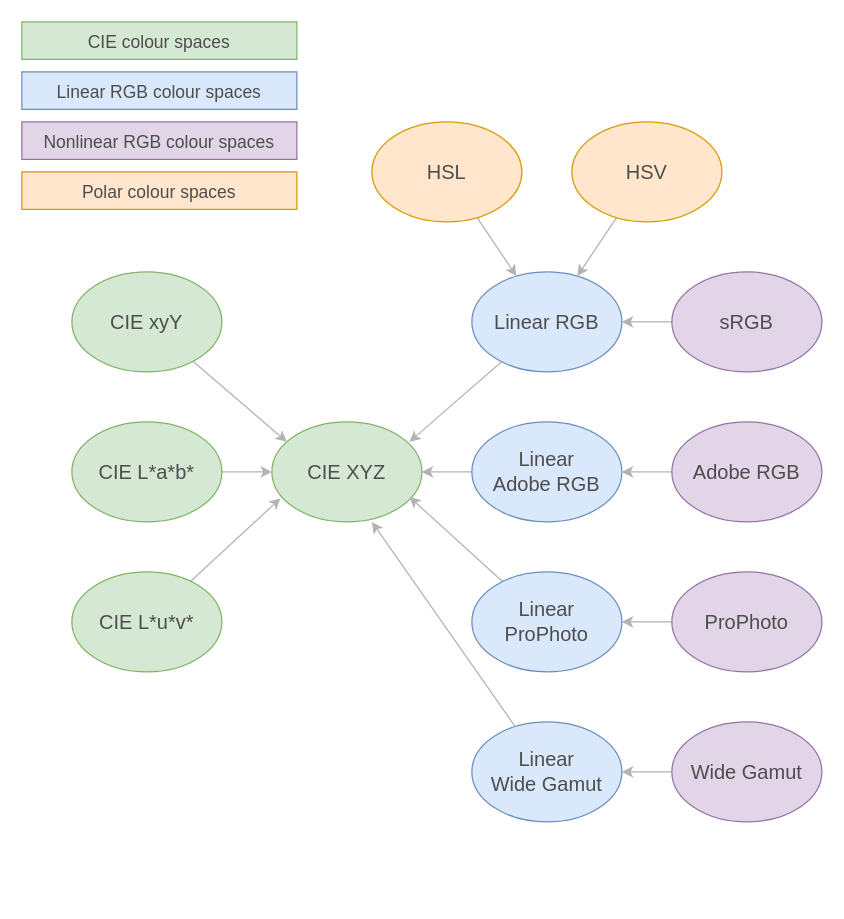
CaptainCrowbar/rs-graphics-core keeps this draw.io diagram as docs/images/colour-spaces.drawio. Above is the earlier version. Source tidied: cells renumbered, new cells numbered last; positions are measured from the earlier drawing's top-left corner, leaving out a move shared by most shapes. Both pictures are drawn from the tidied source at 125%, with x=0, y=0 at pixel (21, 21).
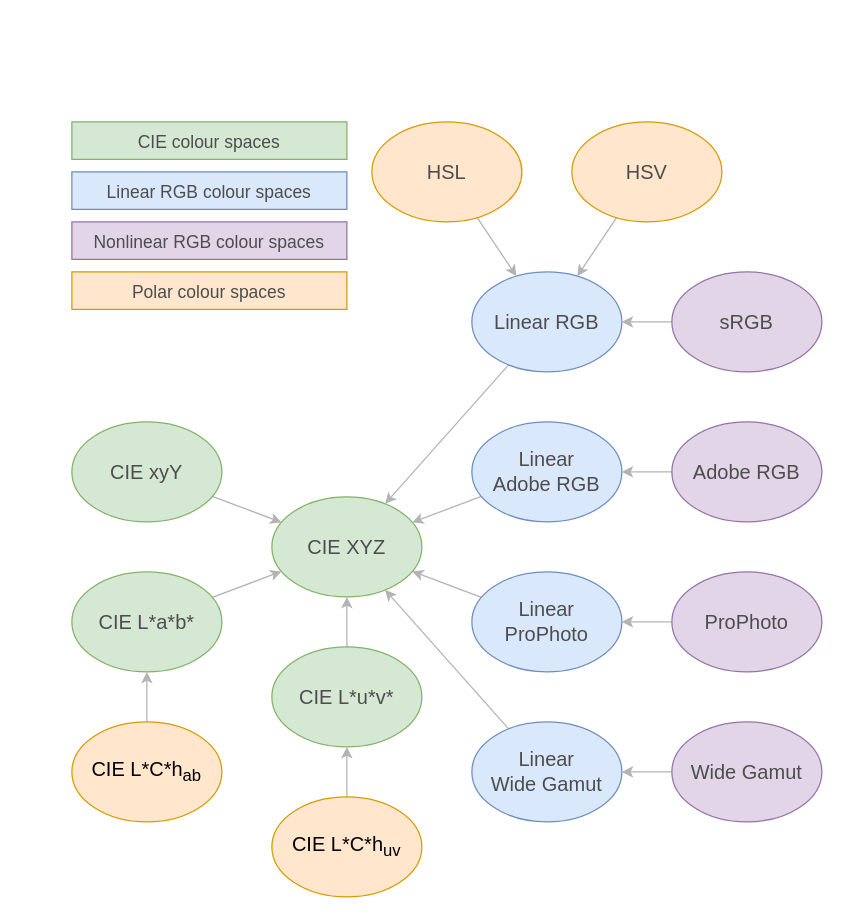
The same diagram, later.

Commit message (it also covers changes not shown here):
Add HCLab and HCLuv colour spaces

Unchanged cells that the change refers to:
```xml
<mxCell id="10" value="&lt;font&gt;&lt;font style=&quot;font-size: 16px&quot;&gt;Linear RGB&lt;/font&gt;&lt;br&gt;&lt;/font&gt;" style="ellipse;whiteSpace=wrap;html=1;fillColor=#dae8fc;strokeColor=#6c8ebf;fontColor=#4D4D4D;" parent="1" vertex="1">
  <mxGeometry x="360" y="200" width="120" height="80" as="geometry" />
</mxCell>
<mxCell id="12" value="&lt;font&gt;&lt;font style=&quot;font-size: 16px&quot;&gt;Linear&lt;br&gt;Adobe RGB&lt;/font&gt;&lt;br&gt;&lt;/font&gt;" style="ellipse;whiteSpace=wrap;html=1;fillColor=#dae8fc;strokeColor=#6c8ebf;fontColor=#4D4D4D;" parent="1" vertex="1">
  <mxGeometry x="360" y="320" width="120" height="80" as="geometry" />
</mxCell>
<mxCell id="14" value="&lt;font&gt;&lt;font style=&quot;font-size: 16px&quot;&gt;Linear&lt;br&gt;ProPhoto&lt;/font&gt;&lt;br&gt;&lt;/font&gt;" style="ellipse;whiteSpace=wrap;html=1;fillColor=#dae8fc;strokeColor=#6c8ebf;fontColor=#4D4D4D;" parent="1" vertex="1">
  <mxGeometry x="360" y="440" width="120" height="80" as="geometry" />
</mxCell>
<mxCell id="16" value="&lt;font&gt;&lt;font style=&quot;font-size: 16px&quot;&gt;Linear&lt;br&gt;Wide Gamut&lt;/font&gt;&lt;br&gt;&lt;/font&gt;" style="ellipse;whiteSpace=wrap;html=1;fillColor=#dae8fc;strokeColor=#6c8ebf;fontColor=#4D4D4D;" parent="1" vertex="1">
  <mxGeometry x="360" y="560" width="120" height="80" as="geometry" />
</mxCell>
```

Change to the diagram source:
```diff
@@
     <mxCell id="2" value="&lt;font style=&quot;font-size: 16px&quot;&gt;CIE XYZ&lt;/font&gt;" style="ellipse;whiteSpace=wrap;html=1;fillColor=#d5e8d4;strokeColor=#82b366;fontColor=#4D4D4D;" parent="1" vertex="1">
-      <mxGeometry x="200" y="320" width="120" height="80" as="geometry" />
+      <mxGeometry x="200" y="380" width="120" height="80" as="geometry" />
     </mxCell>
-    <mxCell id="3" style="rounded=0;jettySize=auto;html=1;fontFamily=Helvetica;fontSize=14;fontColor=#4D4D4D;entryX=0.1;entryY=0.2;entryDx=0;entryDy=0;entryPerimeter=0;strokeColor=#B3B3B3;" parent="1" edge="1" source="4" target="2">
+    <mxCell id="3" style="edgeStyle=none;rounded=0;jettySize=auto;html=1;strokeColor=#B3B3B3;" parent="1" edge="1" source="4" target="2">
       <mxGeometry relative="1" as="geometry" />
     </mxCell>
     <mxCell id="4" value="&lt;font style=&quot;font-size: 16px&quot;&gt;CIE xyY&lt;/font&gt;" style="ellipse;whiteSpace=wrap;html=1;fillColor=#d5e8d4;strokeColor=#82b366;fontColor=#4D4D4D;" parent="1" vertex="1">
-      <mxGeometry x="40" y="200" width="120" height="80" as="geometry" />
+      <mxGeometry x="40" y="320" width="120" height="80" as="geometry" />
     </mxCell>
-    <mxCell id="5" style="edgeStyle=orthogonalEdgeStyle;rounded=0;jettySize=auto;html=1;fontFamily=Helvetica;fontSize=14;fontColor=#4D4D4D;strokeColor=#B3B3B3;" parent="1" edge="1" source="6" target="2">
+    <mxCell id="5" style="rounded=0;jettySize=auto;html=1;fontFamily=Helvetica;fontSize=14;fontColor=#4D4D4D;strokeColor=#B3B3B3;" parent="1" edge="1" source="6" target="2">
       <mxGeometry relative="1" as="geometry" />
     </mxCell>
     <mxCell id="6" value="&lt;font style=&quot;font-size: 16px&quot;&gt;CIE L*a*b*&lt;/font&gt;" style="ellipse;whiteSpace=wrap;html=1;fillColor=#d5e8d4;strokeColor=#82b366;fontColor=#4D4D4D;" parent="1" vertex="1">
-      <mxGeometry x="40" y="320" width="120" height="80" as="geometry" />
+      <mxGeometry x="40" y="440" width="120" height="80" as="geometry" />
     </mxCell>
-    <mxCell id="7" style="rounded=0;jettySize=auto;html=1;fontFamily=Helvetica;fontSize=14;fontColor=#4D4D4D;entryX=0.058;entryY=0.763;entryDx=0;entryDy=0;entryPerimeter=0;strokeColor=#B3B3B3;" parent="1" edge="1" source="8" target="2">
+    <mxCell id="7" style="edgeStyle=none;rounded=0;jettySize=auto;html=1;strokeColor=#B3B3B3;" parent="1" edge="1" source="8" target="2">
       <mxGeometry relative="1" as="geometry" />
     </mxCell>
     <mxCell id="8" value="&lt;font style=&quot;font-size: 16px&quot;&gt;CIE L*u*v*&lt;/font&gt;" style="ellipse;whiteSpace=wrap;html=1;fillColor=#d5e8d4;strokeColor=#82b366;fontColor=#4D4D4D;" parent="1" vertex="1">
-      <mxGeometry x="40" y="440" width="120" height="80" as="geometry" />
+      <mxGeometry x="200" y="500" width="120" height="80" as="geometry" />
     </mxCell>
-    <mxCell id="9" style="edgeStyle=none;rounded=0;jettySize=auto;html=1;fontFamily=Helvetica;fontSize=14;fontColor=#4D4D4D;entryX=0.917;entryY=0.2;entryDx=0;entryDy=0;entryPerimeter=0;strokeColor=#B3B3B3;" parent="1" edge="1" source="10" target="2">
+    <mxCell id="9" style="edgeStyle=none;rounded=0;jettySize=auto;html=1;strokeColor=#B3B3B3;" parent="1" edge="1" source="10" target="2">
       <mxGeometry relative="1" as="geometry" />
     </mxCell>
@@
-    <mxCell id="11" style="edgeStyle=none;rounded=0;jettySize=auto;html=1;fontFamily=Helvetica;fontSize=14;fontColor=#4D4D4D;entryX=1;entryY=0.5;entryDx=0;entryDy=0;strokeColor=#B3B3B3;" parent="1" edge="1" source="12" target="2">
+    <mxCell id="11" style="edgeStyle=none;rounded=0;jettySize=auto;html=1;strokeColor=#B3B3B3;" parent="1" edge="1" source="12" target="2">
       <mxGeometry relative="1" as="geometry" />
     </mxCell>
@@
-    <mxCell id="13" style="edgeStyle=none;rounded=0;jettySize=auto;html=1;fontFamily=Helvetica;fontSize=14;fontColor=#4D4D4D;strokeColor=#B3B3B3;" parent="1" edge="1" source="14">
-      <mxGeometry relative="1" as="geometry">
-        <mxPoint x="310" y="380" as="targetPoint" />
-      </mxGeometry>
-    </mxCell>
+    <mxCell id="33" style="edgeStyle=none;rounded=0;jettySize=auto;html=1;strokeColor=#B3B3B3;" parent="1" edge="1" source="14" target="2">
+      <mxGeometry relative="1" as="geometry" />
+    </mxCell>
@@
-    <mxCell id="15" style="edgeStyle=none;rounded=0;jettySize=auto;html=1;fontFamily=Helvetica;fontSize=14;fontColor=#4D4D4D;strokeColor=#B3B3B3;" parent="1" edge="1" source="16">
-      <mxGeometry relative="1" as="geometry">
-        <mxPoint x="280" y="400" as="targetPoint" />
-      </mxGeometry>
-    </mxCell>
+    <mxCell id="34" style="edgeStyle=none;rounded=0;jettySize=auto;html=1;strokeColor=#B3B3B3;" parent="1" edge="1" source="16" target="2">
+      <mxGeometry relative="1" as="geometry" />
+    </mxCell>
@@
     <mxCell id="29" value="&lt;span style=&quot;font-size: 14px ; text-align: left&quot;&gt;CIE colour spaces&lt;/span&gt;" style="rounded=0;whiteSpace=wrap;html=1;fontFamily=Helvetica;fontSize=16;fontColor=#4D4D4D;strokeColor=#82b366;fillColor=#d5e8d4;" parent="1" vertex="1">
-      <mxGeometry width="220" height="30" as="geometry" />
+      <mxGeometry x="40" y="80" width="220" height="30" as="geometry" />
     </mxCell>
     <mxCell id="30" value="&lt;span style=&quot;font-size: 14px ; text-align: left&quot;&gt;Linear RGB colour spaces&lt;/span&gt;" style="rounded=0;whiteSpace=wrap;html=1;fontFamily=Helvetica;fontSize=16;strokeColor=#6c8ebf;fillColor=#dae8fc;fontColor=#4D4D4D;" parent="1" vertex="1">
-      <mxGeometry y="40" width="220" height="30" as="geometry" />
+      <mxGeometry x="40" y="120" width="220" height="30" as="geometry" />
     </mxCell>
     <mxCell id="31" value="&lt;span style=&quot;font-size: 14px ; text-align: left&quot;&gt;Nonlinear RGB colour spaces&lt;/span&gt;" style="rounded=0;whiteSpace=wrap;html=1;fontFamily=Helvetica;fontSize=16;strokeColor=#9673a6;fillColor=#e1d5e7;fontColor=#4D4D4D;" parent="1" vertex="1">
-      <mxGeometry y="80" width="220" height="30" as="geometry" />
+      <mxGeometry x="40" y="160" width="220" height="30" as="geometry" />
     </mxCell>
     <mxCell id="32" value="&lt;span style=&quot;font-size: 14px ; text-align: left&quot;&gt;Polar colour spaces&lt;/span&gt;" style="rounded=0;whiteSpace=wrap;html=1;fontFamily=Helvetica;fontSize=16;strokeColor=#d79b00;fillColor=#ffe6cc;fontColor=#4D4D4D;" parent="1" vertex="1">
-      <mxGeometry y="120" width="220" height="30" as="geometry" />
+      <mxGeometry x="40" y="200" width="220" height="30" as="geometry" />
     </mxCell>
+    <mxCell id="35" style="edgeStyle=none;rounded=0;jettySize=auto;html=1;strokeColor=#B3B3B3;" parent="1" edge="1" source="36" target="6">
+      <mxGeometry relative="1" as="geometry" />
+    </mxCell>
+    <mxCell id="36" value="&lt;font style=&quot;font-size: 16px&quot;&gt;CIE L*C*h&lt;sub&gt;ab&lt;/sub&gt;&lt;/font&gt;" style="ellipse;whiteSpace=wrap;html=1;fillColor=#ffe6cc;strokeColor=#d79b00;" parent="1" vertex="1">
+      <mxGeometry x="40" y="560" width="120" height="80" as="geometry" />
+    </mxCell>
+    <mxCell id="37" style="edgeStyle=none;rounded=0;jettySize=auto;html=1;strokeColor=#B3B3B3;" parent="1" edge="1" source="38" target="8">
+      <mxGeometry relative="1" as="geometry" />
+    </mxCell>
+    <mxCell id="38" value="&lt;font style=&quot;font-size: 16px&quot;&gt;CIE L*C*h&lt;sub&gt;uv&lt;/sub&gt;&lt;/font&gt;" style="ellipse;whiteSpace=wrap;html=1;fillColor=#ffe6cc;strokeColor=#d79b00;" parent="1" vertex="1">
+      <mxGeometry x="200" y="620" width="120" height="80" as="geometry" />
+    </mxCell>
```
